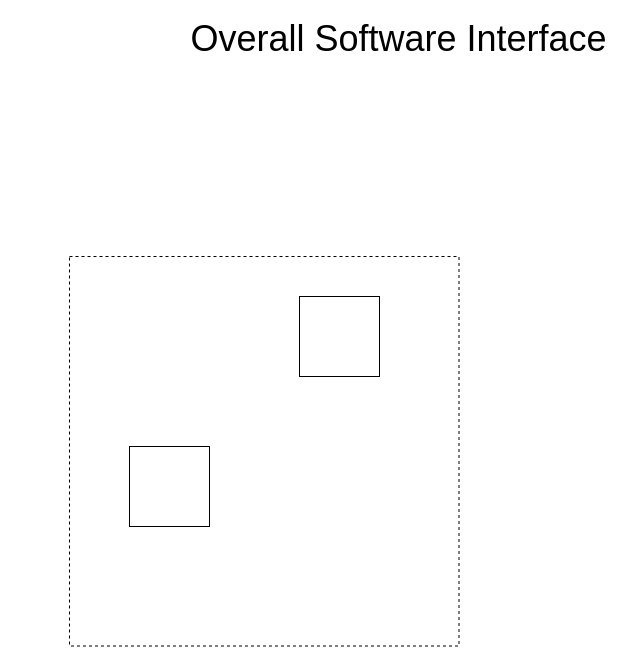
Earlier version of the draw.io diagram diagrams/Overall_Software_Interface.drawio (martintara/kaffeknekt). Source tidied: cells renumbered, new cells numbered last; positions are measured from the earlier drawing's top-left corner, leaving out a move shared by most shapes. Both pictures are drawn from the tidied source at 100%, with x=0, y=0 at pixel (69, 23).
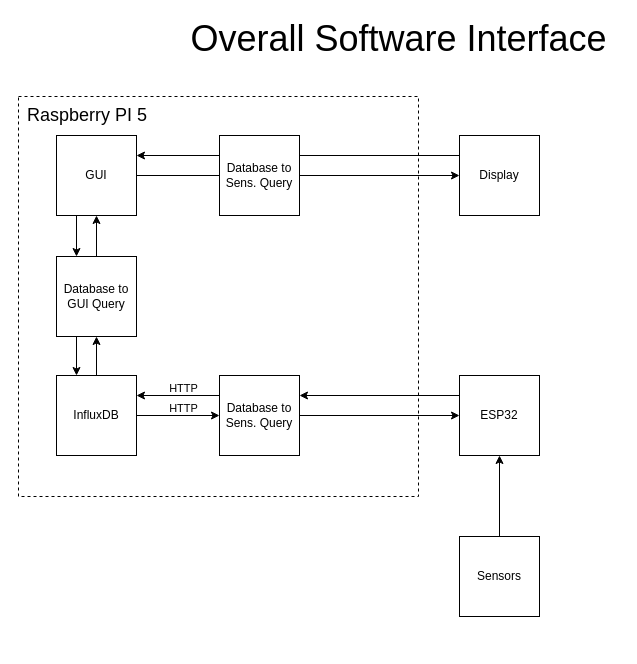
Above is the later version.

The edit, as a diff of the source:
```diff
@@
     <mxCell id="3" style="whiteSpace=wrap;html=1;dashed=1;fillColor=none;" parent="1" vertex="1">
-      <mxGeometry y="233" width="389.5" height="389.5" as="geometry" />
+      <mxGeometry x="-51" y="73" width="400" height="400" as="geometry" />
     </mxCell>
+    <mxCell id="6" style="edgeStyle=orthogonalEdgeStyle;rounded=0;jettySize=auto;html=1;exitX=1;exitY=0.5;exitDx=0;exitDy=0;" parent="1" edge="1" source="4" target="21">
+      <mxGeometry relative="1" as="geometry" />
+    </mxCell>
+    <mxCell id="7" value="HTTP" style="edgeLabel;html=1;align=center;verticalAlign=middle;" parent="6" vertex="1">
+      <mxGeometry x="-0.07" y="-2" relative="1" as="geometry">
+        <mxPoint x="7" y="-10" as="offset" />
+      </mxGeometry>
+    </mxCell>
+    <mxCell id="8" style="edgeStyle=orthogonalEdgeStyle;rounded=0;jettySize=auto;html=1;exitX=0.5;exitY=0;exitDx=0;exitDy=0;entryX=0.5;entryY=1;entryDx=0;entryDy=0;" parent="1" edge="1" source="4" target="24">
+      <mxGeometry relative="1" as="geometry" />
+    </mxCell>
-    <mxCell id="4" style="whiteSpace=wrap;html=1;" parent="1" vertex="1">
-      <mxGeometry x="60" y="423" width="80" height="80" as="geometry" />
+    <mxCell id="4" value="InfluxDB" style="whiteSpace=wrap;html=1;" parent="1" vertex="1">
+      <mxGeometry x="-13" y="352" width="80" height="80" as="geometry" />
     </mxCell>
+    <mxCell id="9" style="edgeStyle=orthogonalEdgeStyle;rounded=0;jettySize=auto;html=1;exitX=1;exitY=0.5;exitDx=0;exitDy=0;entryX=0;entryY=0.5;entryDx=0;entryDy=0;" parent="1" edge="1" source="5" target="17">
+      <mxGeometry relative="1" as="geometry" />
+    </mxCell>
+    <mxCell id="10" style="edgeStyle=orthogonalEdgeStyle;rounded=0;jettySize=auto;html=1;exitX=0.25;exitY=1;exitDx=0;exitDy=0;entryX=0.25;entryY=0;entryDx=0;entryDy=0;" parent="1" edge="1" source="5" target="24">
+      <mxGeometry relative="1" as="geometry" />
+    </mxCell>
-    <mxCell id="5" style="whiteSpace=wrap;html=1;" parent="1" vertex="1">
-      <mxGeometry x="230" y="273" width="80" height="80" as="geometry" />
+    <mxCell id="5" value="GUI" style="whiteSpace=wrap;html=1;" parent="1" vertex="1">
+      <mxGeometry x="-13" y="112" width="80" height="80" as="geometry" />
     </mxCell>
+    <mxCell id="11" value="&lt;font style=&quot;font-size: 18px;&quot;&gt;Raspberry PI 5&lt;/font&gt;" style="text;html=1;align=center;verticalAlign=middle;whiteSpace=wrap;rounded=0;" parent="1" vertex="1">
+      <mxGeometry x="-52" y="65" width="140" height="54" as="geometry" />
+    </mxCell>
+    <mxCell id="12" style="edgeStyle=orthogonalEdgeStyle;rounded=0;jettySize=auto;html=1;exitX=0;exitY=0.25;exitDx=0;exitDy=0;entryX=1;entryY=0.25;entryDx=0;entryDy=0;" parent="1" edge="1" source="13" target="21">
+      <mxGeometry relative="1" as="geometry" />
+    </mxCell>
+    <mxCell id="13" value="ESP32" style="whiteSpace=wrap;html=1;" parent="1" vertex="1">
+      <mxGeometry x="390" y="352" width="80" height="80" as="geometry" />
+    </mxCell>
+    <mxCell id="14" style="edgeStyle=orthogonalEdgeStyle;rounded=0;jettySize=auto;html=1;exitX=0.5;exitY=0;exitDx=0;exitDy=0;entryX=0.5;entryY=1;entryDx=0;entryDy=0;" parent="1" edge="1" source="15" target="13">
+      <mxGeometry relative="1" as="geometry" />
+    </mxCell>
+    <mxCell id="15" value="Sensors" style="whiteSpace=wrap;html=1;" parent="1" vertex="1">
+      <mxGeometry x="390" y="513" width="80" height="80" as="geometry" />
+    </mxCell>
+    <mxCell id="16" style="edgeStyle=orthogonalEdgeStyle;rounded=0;jettySize=auto;html=1;exitX=0;exitY=0.25;exitDx=0;exitDy=0;entryX=1;entryY=0.25;entryDx=0;entryDy=0;" parent="1" edge="1" source="17" target="5">
+      <mxGeometry relative="1" as="geometry" />
+    </mxCell>
+    <mxCell id="17" value="Display" style="whiteSpace=wrap;html=1;" parent="1" vertex="1">
+      <mxGeometry x="390" y="112" width="80" height="80" as="geometry" />
+    </mxCell>
+    <mxCell id="18" style="edgeStyle=orthogonalEdgeStyle;rounded=0;jettySize=auto;html=1;exitX=1;exitY=0.5;exitDx=0;exitDy=0;entryX=0;entryY=0.5;entryDx=0;entryDy=0;" parent="1" edge="1" source="21" target="13">
+      <mxGeometry relative="1" as="geometry" />
+    </mxCell>
+    <mxCell id="19" style="edgeStyle=orthogonalEdgeStyle;rounded=0;jettySize=auto;html=1;exitX=0;exitY=0.25;exitDx=0;exitDy=0;entryX=1;entryY=0.25;entryDx=0;entryDy=0;" parent="1" edge="1" source="21" target="4">
+      <mxGeometry relative="1" as="geometry" />
+    </mxCell>
+    <mxCell id="20" value="HTTP" style="edgeLabel;html=1;align=center;verticalAlign=middle;" parent="19" vertex="1">
+      <mxGeometry x="-0.1" y="1" relative="1" as="geometry">
+        <mxPoint y="-9" as="offset" />
+      </mxGeometry>
+    </mxCell>
+    <mxCell id="21" value="Database to Sens. Query" style="whiteSpace=wrap;html=1;" parent="1" vertex="1">
+      <mxGeometry x="150" y="352" width="80" height="80" as="geometry" />
+    </mxCell>
+    <mxCell id="22" style="edgeStyle=orthogonalEdgeStyle;rounded=0;jettySize=auto;html=1;exitX=0.25;exitY=1;exitDx=0;exitDy=0;entryX=0.25;entryY=0;entryDx=0;entryDy=0;" parent="1" edge="1" source="24" target="4">
+      <mxGeometry relative="1" as="geometry" />
+    </mxCell>
+    <mxCell id="23" style="edgeStyle=orthogonalEdgeStyle;rounded=0;jettySize=auto;html=1;exitX=0.5;exitY=0;exitDx=0;exitDy=0;entryX=0.5;entryY=1;entryDx=0;entryDy=0;" parent="1" edge="1" source="24" target="5">
+      <mxGeometry relative="1" as="geometry" />
+    </mxCell>
+    <mxCell id="24" value="Database to GUI Query" style="whiteSpace=wrap;html=1;" parent="1" vertex="1">
+      <mxGeometry x="-13" y="233" width="80" height="80" as="geometry" />
+    </mxCell>
+    <mxCell id="25" value="Database to Sens. Query" style="whiteSpace=wrap;html=1;" parent="1" vertex="1">
+      <mxGeometry x="150" y="112" width="80" height="80" as="geometry" />
+    </mxCell>
```
